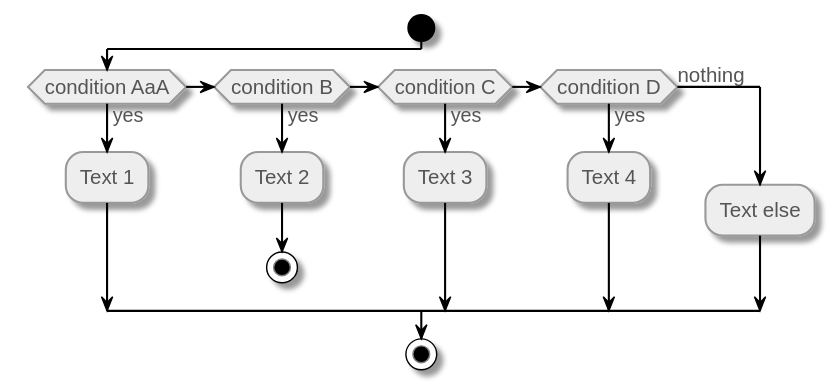
mawatari/example-project-uml keeps this PlantUML diagram as activity-diagram.svg. Above is the earlier version.
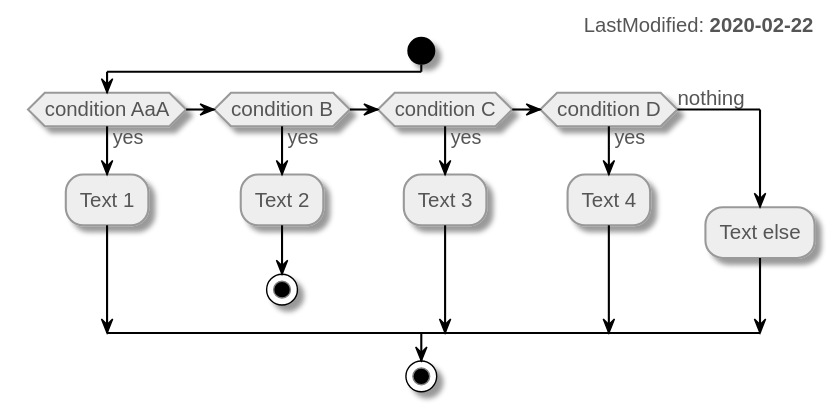
After the change.

Commit message:
Automatically generated PlantUML images.

The edit, as a diff of the source:
```diff
@@ -26,6 +26,7 @@
   DiamondBackgroundColor #eeeeee
   DiamondBorderColor #999999
 }
+right header LastModified: <b>2020-02-22</b>
 
 start
 if (condition AaA) then (yes)
```
